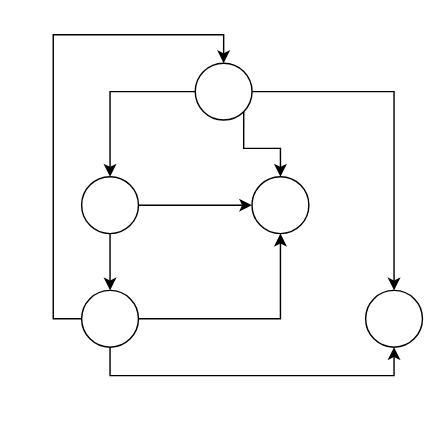
This is ArbolAxel.drawio from Luchit0-afk/Diagramas, a draw.io file, before an edit. Source tidied: cells renumbered, new cells numbered last; positions are measured from the earlier drawing's top-left corner, leaving out a move shared by most shapes. Both pictures are drawn from the tidied source at 142%, with x=0, y=0 at pixel (81, 62).
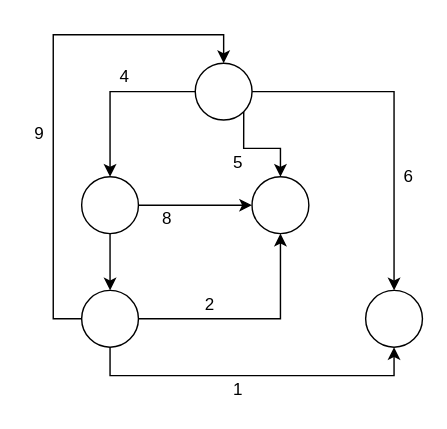
Above is the later version.

The edit, as a diff of the source:
```diff
@@
+    <mxCell id="15" value="1" style="text;html=1;align=center;verticalAlign=middle;strokeColor=none;" parent="1" vertex="1">
+      <mxGeometry x="100" y="220" width="20" height="20" as="geometry" />
+    </mxCell>
+    <mxCell id="16" value="2" style="text;html=1;align=center;verticalAlign=middle;strokeColor=none;" parent="1" vertex="1">
+      <mxGeometry x="80" y="160" width="20" height="20" as="geometry" />
+    </mxCell>
+    <mxCell id="17" value="6" style="text;html=1;align=center;verticalAlign=middle;strokeColor=none;" parent="1" vertex="1">
+      <mxGeometry x="220" y="70" width="20" height="20" as="geometry" />
+    </mxCell>
+    <mxCell id="18" value="5" style="text;html=1;align=center;verticalAlign=middle;strokeColor=none;" parent="1" vertex="1">
+      <mxGeometry x="100" y="60" width="20" height="20" as="geometry" />
+    </mxCell>
+    <mxCell id="19" value="8" style="text;html=1;align=center;verticalAlign=middle;strokeColor=none;" parent="1" vertex="1">
+      <mxGeometry x="50" y="100" width="20" height="20" as="geometry" />
+    </mxCell>
+    <mxCell id="20" value="4" style="text;html=1;align=center;verticalAlign=middle;strokeColor=none;" parent="1" vertex="1">
+      <mxGeometry x="20" width="20" height="20" as="geometry" />
+    </mxCell>
+    <mxCell id="21" value="9" style="text;html=1;align=center;verticalAlign=middle;strokeColor=none;" parent="1" vertex="1">
+      <mxGeometry x="-40" y="40" width="20" height="20" as="geometry" />
+    </mxCell>
```
